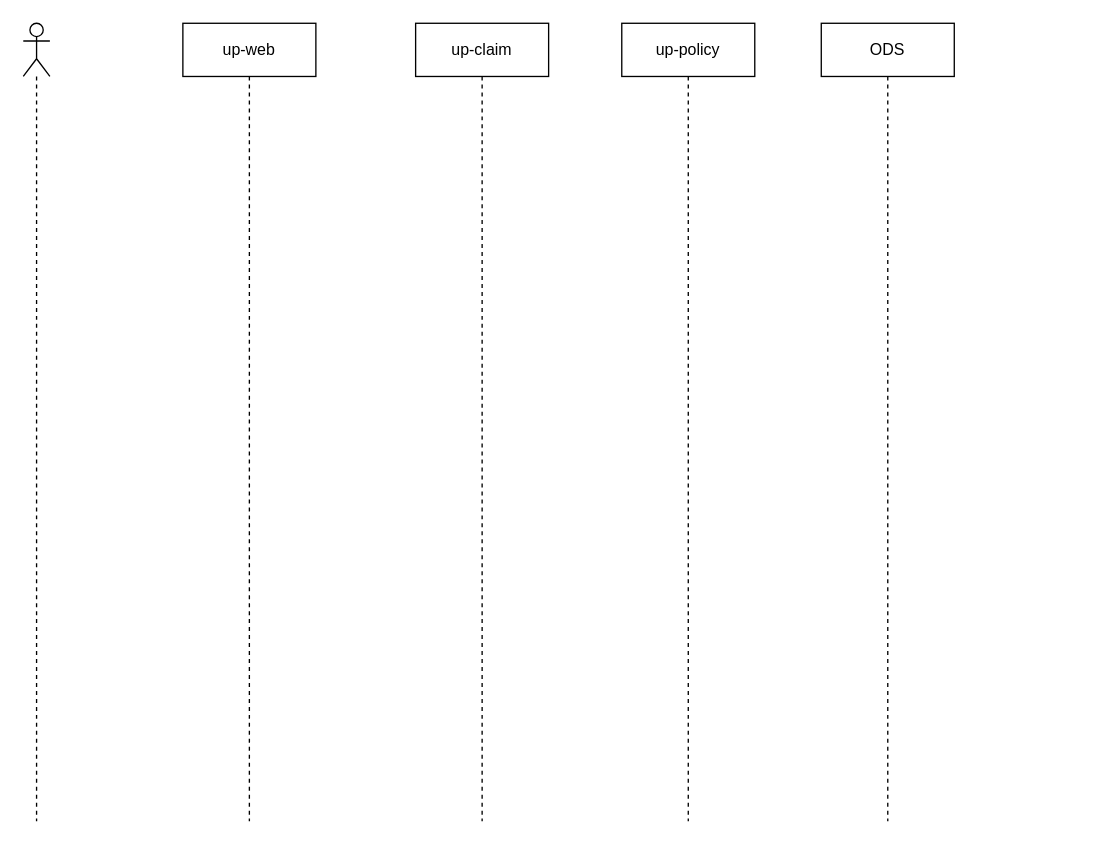
The draw.io diagram Track-claim.drawio in ajeeshraj56/drawio, before the edit. Source tidied: cells renumbered, new cells numbered last; positions are measured from the earlier drawing's top-left corner, leaving out a move shared by most shapes. Both pictures are drawn from the tidied source at 133%, with x=0, y=0 at pixel (23, 23).
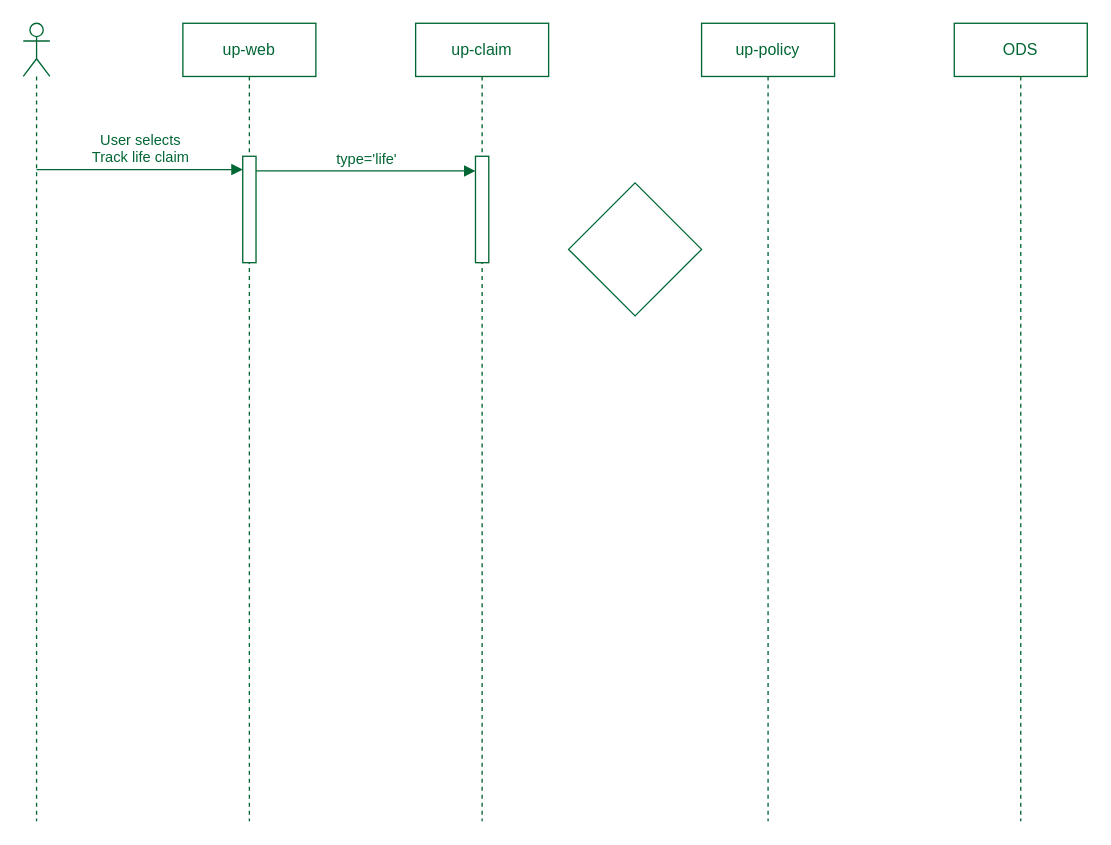
Above is the later version.

Diff of the diagram source:
```diff
@@
 <mxGraphModel>
   <root>
     <mxCell id="0" />
     <mxCell id="1" parent="0" />
-    <mxCell id="2" style="shape=umlLifeline;perimeter=lifelinePerimeter;whiteSpace=wrap;html=1;newEdgeStyle={&quot;curved&quot;:0,&quot;rounded&quot;:0};participant=umlActor;" parent="1" vertex="1">
+    <mxCell id="2" style="shape=umlLifeline;perimeter=lifelinePerimeter;whiteSpace=wrap;html=1;newEdgeStyle={&quot;curved&quot;:0,&quot;rounded&quot;:0};participant=umlActor;strokeColor=#006633;fontColor=#006633;" parent="1" vertex="1">
       <mxGeometry width="20" height="600" as="geometry" />
     </mxCell>
-    <mxCell id="3" value="up-web" style="shape=umlLifeline;perimeter=lifelinePerimeter;whiteSpace=wrap;html=1;newEdgeStyle={&quot;curved&quot;:0,&quot;rounded&quot;:0};" parent="1" vertex="1">
+    <mxCell id="3" value="up-web" style="shape=umlLifeline;perimeter=lifelinePerimeter;whiteSpace=wrap;html=1;newEdgeStyle={&quot;curved&quot;:0,&quot;rounded&quot;:0};strokeColor=#006633;fontColor=#006633;" parent="1" vertex="1">
       <mxGeometry x="120" width="100" height="600" as="geometry" />
     </mxCell>
+    <mxCell id="7" style="html=1;points=[[0,0,0,0,5],[0,1,0,0,-5],[1,0,0,0,5],[1,1,0,0,-5]];perimeter=orthogonalPerimeter;outlineConnect=0;targetShapes=umlLifeline;portConstraint=eastwest;newEdgeStyle={&quot;curved&quot;:0,&quot;rounded&quot;:0};strokeColor=#006633;fontColor=#006633;" parent="3" vertex="1">
+      <mxGeometry x="45" y="100" width="10" height="80" as="geometry" />
+    </mxCell>
-    <mxCell id="4" value="up-claim" style="shape=umlLifeline;perimeter=lifelinePerimeter;whiteSpace=wrap;html=1;newEdgeStyle={&quot;curved&quot;:0,&quot;rounded&quot;:0};" parent="1" vertex="1">
+    <mxCell id="4" value="up-claim" style="shape=umlLifeline;perimeter=lifelinePerimeter;whiteSpace=wrap;html=1;newEdgeStyle={&quot;curved&quot;:0,&quot;rounded&quot;:0};strokeColor=#006633;fontColor=#006633;" parent="1" vertex="1">
       <mxGeometry x="295" width="100" height="600" as="geometry" />
     </mxCell>
+    <mxCell id="8" style="html=1;perimeter=orthogonalPerimeter;targetShapes=umlLifeline;newEdgeStyle={&quot;curved&quot;:0,&quot;rounded&quot;:0};strokeColor=#006633;fontColor=#006633;" parent="4" vertex="1">
+      <mxGeometry x="45" y="100" width="10" height="80" as="geometry" />
+    </mxCell>
-    <mxCell id="5" value="up-policy" style="shape=umlLifeline;perimeter=lifelinePerimeter;whiteSpace=wrap;html=1;newEdgeStyle={&quot;curved&quot;:0,&quot;rounded&quot;:0};" parent="1" vertex="1">
-      <mxGeometry x="450" width="100" height="600" as="geometry" />
+    <mxCell id="5" value="up-policy" style="shape=umlLifeline;perimeter=lifelinePerimeter;whiteSpace=wrap;html=1;newEdgeStyle={&quot;curved&quot;:0,&quot;rounded&quot;:0};strokeColor=#006633;fontColor=#006633;" parent="1" vertex="1">
+      <mxGeometry x="510" width="100" height="600" as="geometry" />
     </mxCell>
-    <mxCell id="6" value="ODS" style="shape=umlLifeline;perimeter=lifelinePerimeter;whiteSpace=wrap;html=1;newEdgeStyle={&quot;curved&quot;:0,&quot;rounded&quot;:0};" parent="1" vertex="1">
-      <mxGeometry x="600" width="100" height="600" as="geometry" />
+    <mxCell id="6" value="ODS" style="shape=umlLifeline;perimeter=lifelinePerimeter;whiteSpace=wrap;html=1;newEdgeStyle={&quot;curved&quot;:0,&quot;rounded&quot;:0};strokeColor=#006633;fontColor=#006633;" parent="1" vertex="1">
+      <mxGeometry x="700" width="100" height="600" as="geometry" />
     </mxCell>
+    <mxCell id="9" style="strokeWidth=1;html=1;shape=mxgraph.flowchart.decision;whiteSpace=wrap;strokeColor=#006633;fontColor=#006633;" parent="1" vertex="1">
+      <mxGeometry x="410" y="120" width="100" height="100" as="geometry" />
+    </mxCell>
+    <mxCell id="10" value="User selects&lt;br&gt;Track life claim" style="html=1;verticalAlign=bottom;endArrow=block;curved=0;rounded=0;strokeColor=#006633;fontColor=#006633;" parent="1" edge="1" target="7">
+      <mxGeometry relative="1" as="geometry">
+        <mxPoint x="10" y="110" as="sourcePoint" />
+      </mxGeometry>
+    </mxCell>
+    <mxCell id="11" value="type='life'" style="html=1;verticalAlign=bottom;endArrow=block;curved=0;rounded=0;entryX=0;entryY=0;entryDx=0;entryDy=5;entryPerimeter=0;strokeColor=#006633;fontColor=#006633;" parent="1" edge="1">
+      <mxGeometry relative="1" as="geometry">
+        <mxPoint x="175" y="111" as="sourcePoint" />
+        <mxPoint x="340" y="111" as="targetPoint" />
+      </mxGeometry>
+    </mxCell>
   </root>
 </mxGraphModel>
```
